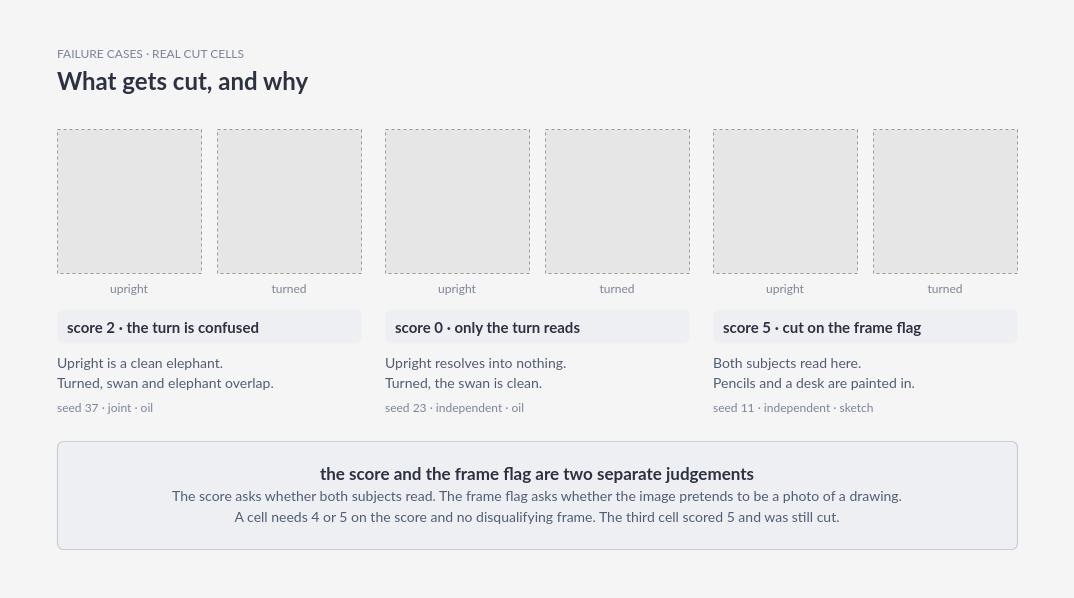
The draw.io diagram docs/figures/failures.drawio in Portocolom-Studio/potocolom, before the edit. Source tidied: cells renumbered, new cells numbered last; positions are measured from the earlier drawing's top-left corner, leaving out a move shared by most shapes. Both pictures are drawn from the tidied source at 100%, with x=0, y=0 at pixel (17, 17). Pictures stored in the file or linked from it are replaced by grey dashed boxes.
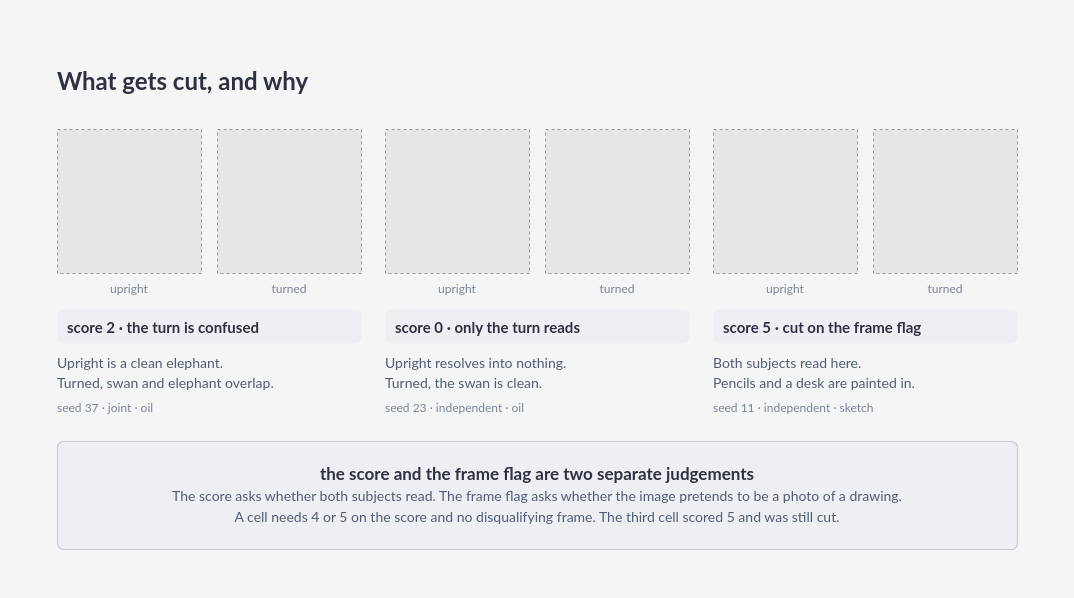
The same page after the edit.

Change to the diagram source:
```diff
@@
     <mxCell id="2" style="rounded=0;absoluteArcSize=1;arcSize=12;whiteSpace=wrap;html=1;fillColor=#f5f5f5;strokeColor=none;strokeWidth=1.2;fontFamily=Lato;fontSize=16;fontColor=#2d3142;fontStyle=1;align=center;verticalAlign=middle;spacing=10;selectable=0;" parent="1" vertex="1">
-      <mxGeometry width="1040" height="564" as="geometry" />
+      <mxGeometry y="20" width="1040" height="544" as="geometry" />
     </mxCell>
-    <mxCell id="3" value="FAILURE CASES · REAL CUT CELLS" style="text;html=1;whiteSpace=wrap;fontFamily=Lato;fontSize=12;fontColor=#7a8399;fontStyle=0;align=left;verticalAlign=middle;spacing=0;" parent="1" vertex="1">
-      <mxGeometry x="40" y="28" width="960" height="18" as="geometry" />
-    </mxCell>
```
